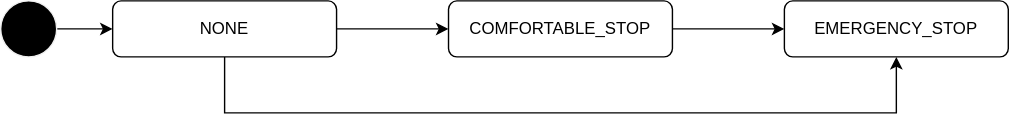
Above: docs/design/autoware-interfaces/ad-api/features/fail-safe/mrm-behavior.drawio.svg in autowarefoundation/autoware-documentation (draw.io), before the change. Source tidied: cells renumbered, new cells last; positions are measured from the earlier drawing's top-left corner, leaving out a move shared by most shapes. Its diagram source:
```xml
<mxGraphModel>
  <root>
    <mxCell id="0" />
    <mxCell id="1" parent="0" />
    <mxCell id="2" style="edgeStyle=none;html=1;" parent="1" edge="1" source="3" target="6">
      <mxGeometry relative="1" as="geometry" />
    </mxCell>
    <mxCell id="3" style="shape=ellipse;html=1;fillColor=#000000;fontSize=18;fontColor=#ffffff;strokeColor=#F0F0F0;" parent="1" vertex="1">
      <mxGeometry width="40" height="40" as="geometry" />
    </mxCell>
    <mxCell id="4" style="edgeStyle=orthogonalEdgeStyle;rounded=0;html=1;startArrow=none;startFill=0;" parent="1" edge="1" source="6" target="7">
      <mxGeometry relative="1" as="geometry">
        <Array as="points">
          <mxPoint x="160" y="80" />
          <mxPoint x="640" y="80" />
        </Array>
      </mxGeometry>
    </mxCell>
    <mxCell id="5" style="edgeStyle=orthogonalEdgeStyle;rounded=0;html=1;startArrow=none;startFill=0;" parent="1" edge="1" source="6" target="9">
      <mxGeometry relative="1" as="geometry" />
    </mxCell>
    <mxCell id="6" value="NONE" style="rounded=1;whiteSpace=wrap;html=1;" parent="1" vertex="1">
      <mxGeometry x="80" width="160" height="40" as="geometry" />
    </mxCell>
    <mxCell id="7" value="EMERGENCY_STOP" style="rounded=1;whiteSpace=wrap;html=1;" parent="1" vertex="1">
      <mxGeometry x="560" width="160" height="40" as="geometry" />
    </mxCell>
    <mxCell id="8" style="edgeStyle=orthogonalEdgeStyle;rounded=0;html=1;startArrow=none;startFill=0;" parent="1" edge="1" source="9" target="7">
      <mxGeometry relative="1" as="geometry">
        <Array as="points">
          <mxPoint x="450" y="20" />
          <mxPoint x="450" y="20" />
        </Array>
      </mxGeometry>
    </mxCell>
    <mxCell id="9" value="COMFORTABLE_STOP" style="rounded=1;whiteSpace=wrap;html=1;" parent="1" vertex="1">
      <mxGeometry x="320" width="160" height="40" as="geometry" />
    </mxCell>
  </root>
</mxGraphModel>
```
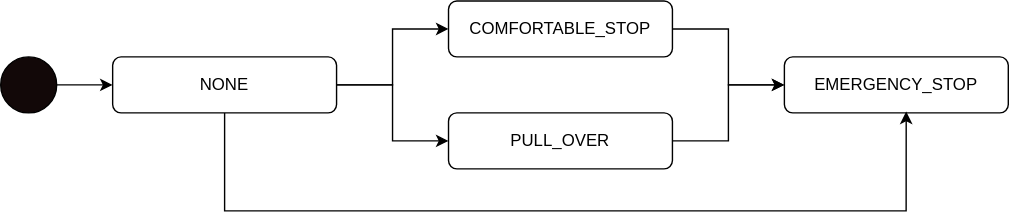
The same diagram one commit later.

Commit message:
docs: add pull over description for fail-safe doc (#461)

* add pull over description for fail-safe doc


* style(pre-commit): autofix

* update mrm behavior image for fail-safe doc


---------

Change to the diagram source:
```diff
@@ -2,39 +2,43 @@
   <root>
     <mxCell id="0" />
     <mxCell id="1" parent="0" />
-    <mxCell id="2" style="edgeStyle=none;html=1;" parent="1" edge="1" source="3" target="6">
-      <mxGeometry relative="1" as="geometry" />
-    </mxCell>
-    <mxCell id="3" style="shape=ellipse;html=1;fillColor=#000000;fontSize=18;fontColor=#ffffff;strokeColor=#F0F0F0;" parent="1" vertex="1">
-      <mxGeometry width="40" height="40" as="geometry" />
-    </mxCell>
+    <mxCell id="10" style="ellipse;whiteSpace=wrap;html=1;fillColor=#120808;" parent="1" vertex="1">
+      <mxGeometry width="40" height="40" as="geometry" />
+    </mxCell>
+    <mxCell id="6" value="NONE" style="rounded=1;whiteSpace=wrap;html=1;" parent="1" vertex="1">
+      <mxGeometry x="80" width="160" height="40" as="geometry" />
+    </mxCell>
+    <mxCell id="9" value="COMFORTABLE_STOP" style="rounded=1;whiteSpace=wrap;html=1;" parent="1" vertex="1">
+      <mxGeometry x="320" y="-40" width="160" height="40" as="geometry" />
+    </mxCell>
+    <mxCell id="7" value="EMERGENCY_STOP" style="rounded=1;whiteSpace=wrap;html=1;" parent="1" vertex="1">
+      <mxGeometry x="560" width="160" height="40" as="geometry" />
+    </mxCell>
+    <mxCell id="11" value="PULL_OVER" style="rounded=1;whiteSpace=wrap;html=1;" parent="1" vertex="1">
+      <mxGeometry x="320" y="40" width="160" height="40" as="geometry" />
+    </mxCell>
-    <mxCell id="4" style="edgeStyle=orthogonalEdgeStyle;rounded=0;html=1;startArrow=none;startFill=0;" parent="1" edge="1" source="6" target="7">
+    <mxCell id="4" style="endArrow=classic;html=1;rounded=0;exitX=0.5;exitY=1;exitDx=0;exitDy=0;entryX=0.544;entryY=0.975;entryDx=0;entryDy=0;entryPerimeter=0;edgeStyle=orthogonalEdgeStyle;" parent="1" edge="1" source="6" target="7">
       <mxGeometry relative="1" as="geometry">
         <Array as="points">
-          <mxPoint x="160" y="80" />
-          <mxPoint x="640" y="80" />
+          <mxPoint x="160" y="110" />
+          <mxPoint x="647" y="110" />
         </Array>
       </mxGeometry>
     </mxCell>
+    <mxCell id="12" style="endArrow=classic;html=1;rounded=0;exitX=1;exitY=0.5;exitDx=0;exitDy=0;entryX=0;entryY=0.5;entryDx=0;entryDy=0;edgeStyle=orthogonalEdgeStyle;" parent="1" edge="1" source="11" target="7">
+      <mxGeometry relative="1" as="geometry" />
+    </mxCell>
+    <mxCell id="8" style="endArrow=classic;html=1;rounded=0;exitX=1;exitY=0.5;exitDx=0;exitDy=0;entryX=0;entryY=0.5;entryDx=0;entryDy=0;edgeStyle=orthogonalEdgeStyle;" parent="1" edge="1" source="9" target="7">
+      <mxGeometry relative="1" as="geometry" />
+    </mxCell>
-    <mxCell id="5" style="edgeStyle=orthogonalEdgeStyle;rounded=0;html=1;startArrow=none;startFill=0;" parent="1" edge="1" source="6" target="9">
+    <mxCell id="5" style="endArrow=classic;html=1;rounded=0;exitX=1;exitY=0.5;exitDx=0;exitDy=0;entryX=0;entryY=0.5;entryDx=0;entryDy=0;edgeStyle=orthogonalEdgeStyle;" parent="1" edge="1" source="6" target="9">
       <mxGeometry relative="1" as="geometry" />
     </mxCell>
-    <mxCell id="6" value="NONE" style="rounded=1;whiteSpace=wrap;html=1;" parent="1" vertex="1">
-      <mxGeometry x="80" width="160" height="40" as="geometry" />
-    </mxCell>
-    <mxCell id="7" value="EMERGENCY_STOP" style="rounded=1;whiteSpace=wrap;html=1;" parent="1" vertex="1">
-      <mxGeometry x="560" width="160" height="40" as="geometry" />
-    </mxCell>
-    <mxCell id="8" style="edgeStyle=orthogonalEdgeStyle;rounded=0;html=1;startArrow=none;startFill=0;" parent="1" edge="1" source="9" target="7">
-      <mxGeometry relative="1" as="geometry">
-        <Array as="points">
-          <mxPoint x="450" y="20" />
-          <mxPoint x="450" y="20" />
-        </Array>
-      </mxGeometry>
-    </mxCell>
-    <mxCell id="9" value="COMFORTABLE_STOP" style="rounded=1;whiteSpace=wrap;html=1;" parent="1" vertex="1">
-      <mxGeometry x="320" width="160" height="40" as="geometry" />
-    </mxCell>
+    <mxCell id="13" style="endArrow=classic;html=1;rounded=0;exitX=1;exitY=0.5;exitDx=0;exitDy=0;entryX=0;entryY=0.5;entryDx=0;entryDy=0;edgeStyle=orthogonalEdgeStyle;" parent="1" edge="1" source="6" target="11">
+      <mxGeometry relative="1" as="geometry" />
+    </mxCell>
+    <mxCell id="14" style="endArrow=classic;html=1;rounded=0;exitX=1;exitY=0.5;exitDx=0;exitDy=0;entryX=0;entryY=0.5;entryDx=0;entryDy=0;" parent="1" edge="1" source="10" target="6">
+      <mxGeometry relative="1" as="geometry" />
+    </mxCell>
   </root>
 </mxGraphModel>
```
